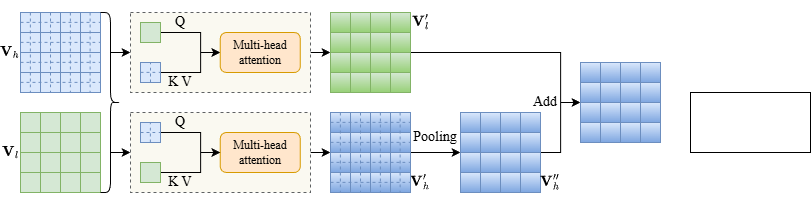
This is HeTu/attn.png from TuuSiwei/paper_image, a draw.io export, as it was before one commit. Source tidied: cells renumbered, new cells last; positions are measured from the earlier drawing's top-left corner, leaving out a move shared by most shapes.
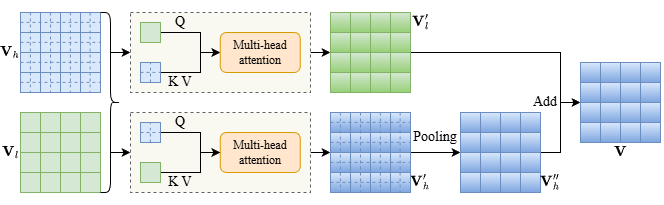
Later version of the same file.

What changed in the source:
```diff
@@ -546,8 +546,8 @@
     <mxCell id="148" value="&lt;span style=&quot;font-size: 14px;&quot;&gt;Add&lt;/span&gt;" style="rounded=1;whiteSpace=wrap;html=1;fillColor=none;strokeColor=none;fontFamily=Times New Roman;" parent="1" vertex="1">
       <mxGeometry x="530" y="80" width="30" height="20" as="geometry" />
     </mxCell>
-    <mxCell id="149" style="whiteSpace=wrap;html=1;" parent="1" vertex="1">
-      <mxGeometry x="690" y="80" width="120" height="60" as="geometry" />
-    </mxCell>
+    <mxCell id="150" value="&lt;span style=&quot;font-size: 14px;&quot;&gt;$${\mathbf{V} } $$&lt;/span&gt;" style="rounded=1;whiteSpace=wrap;html=1;fillColor=none;strokeColor=none;fontStyle=1;fontFamily=Times New Roman;" parent="1" vertex="1">
+      <mxGeometry x="610" y="130" width="20" height="20" as="geometry" />
+    </mxCell>
   </root>
 </mxGraphModel>
```
